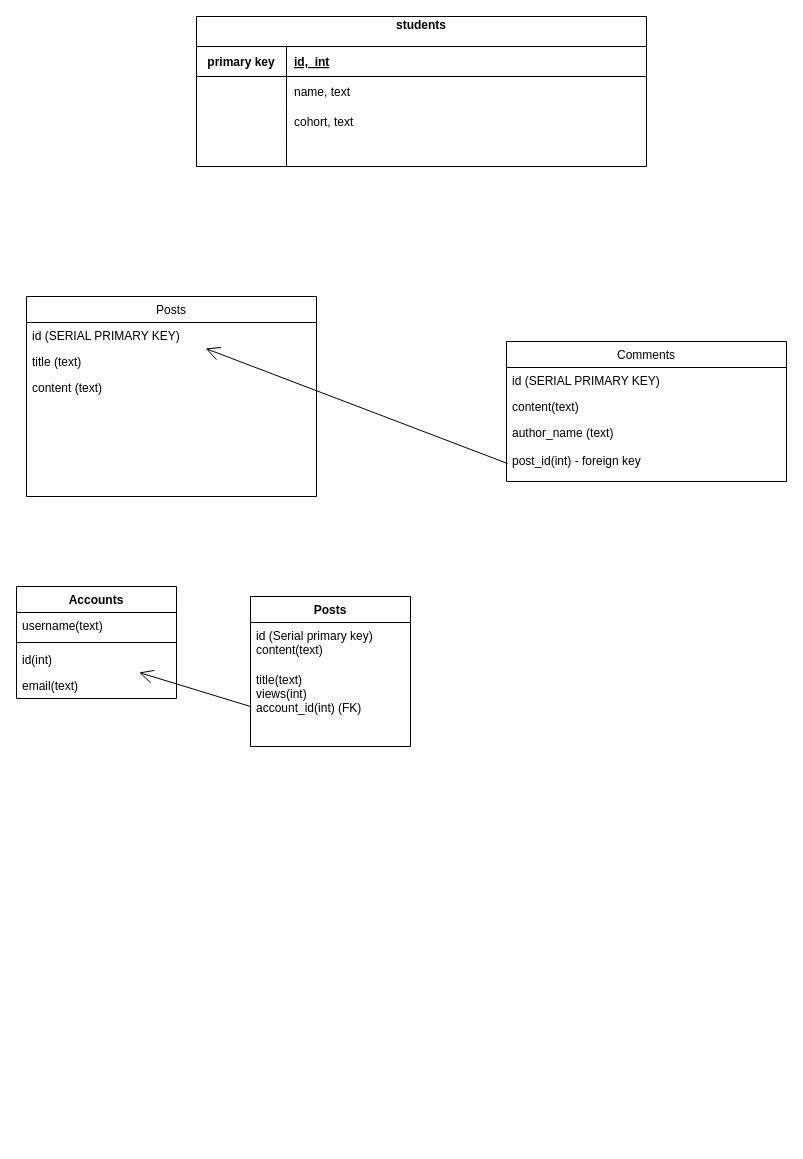
Earlier version of the draw.io diagram OneTableSchemaDesign.drawio (robin277t/week3). Source tidied: cells renumbered, new cells numbered last; positions are measured from the earlier drawing's top-left corner, leaving out a move shared by most shapes. Both pictures are drawn from the tidied source at 100%, with x=0, y=0 at pixel (16, 16).
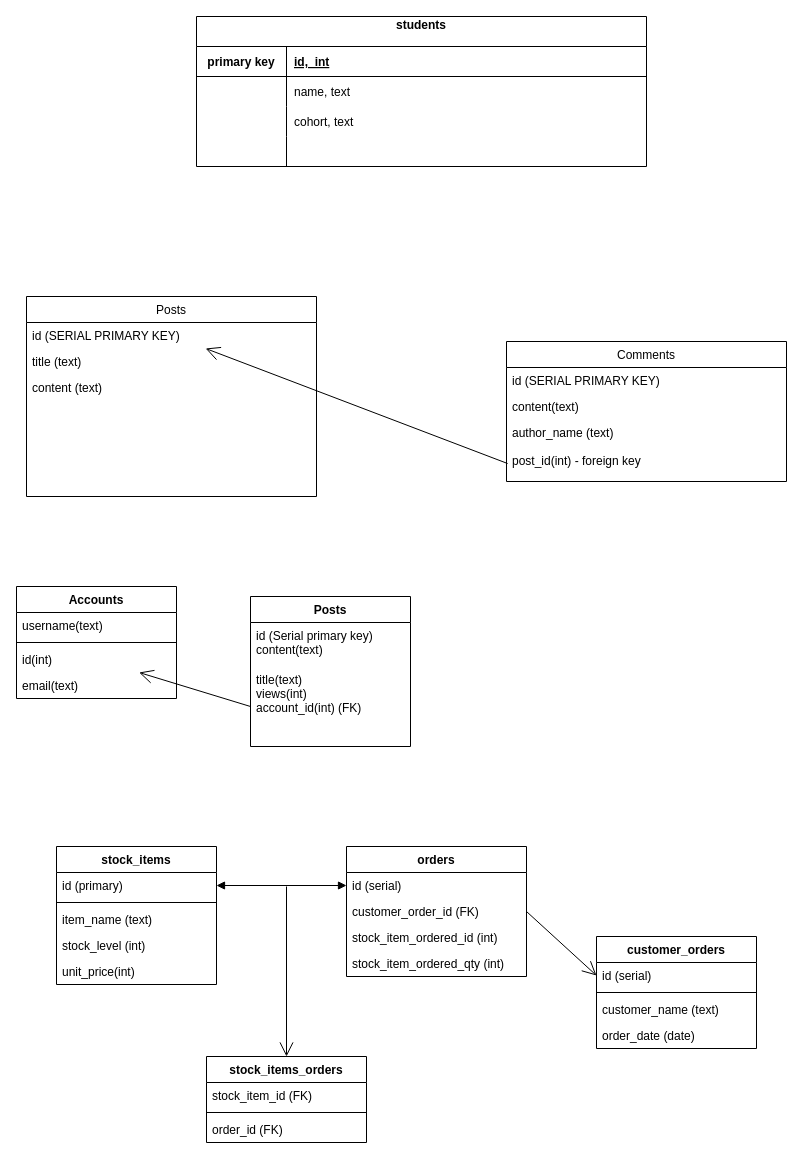
The same diagram, later.

Commit message:
nearly done with shop stock exercise

Change to the diagram source:
```diff
@@
+    <mxCell id="34" value="stock_items" style="swimlane;fontStyle=1;align=center;verticalAlign=top;horizontal=1;startSize=26;" parent="1" vertex="1">
+      <mxGeometry x="40" y="830" width="160" height="138" as="geometry" />
+    </mxCell>
+    <mxCell id="35" value="id (primary)" style="text;strokeColor=none;fillColor=none;align=left;verticalAlign=top;spacingLeft=4;spacingRight=4;overflow=hidden;points=[[0,0.5],[1,0.5]];portConstraint=eastwest;" parent="34" vertex="1">
+      <mxGeometry y="26" width="160" height="26" as="geometry" />
+    </mxCell>
+    <mxCell id="36" style="line;strokeWidth=1;fillColor=none;align=left;verticalAlign=middle;spacingTop=-1;spacingLeft=3;spacingRight=3;labelPosition=right;" parent="34" vertex="1">
+      <mxGeometry y="52" width="160" height="8" as="geometry" />
+    </mxCell>
+    <mxCell id="37" value="item_name (text)" style="text;strokeColor=none;fillColor=none;align=left;verticalAlign=top;spacingLeft=4;spacingRight=4;overflow=hidden;" parent="34" vertex="1">
+      <mxGeometry y="60" width="160" height="26" as="geometry" />
+    </mxCell>
+    <mxCell id="38" value="stock_level (int)" style="text;strokeColor=none;fillColor=none;align=left;verticalAlign=top;spacingLeft=4;spacingRight=4;overflow=hidden;" parent="34" vertex="1">
+      <mxGeometry y="86" width="160" height="26" as="geometry" />
+    </mxCell>
+    <mxCell id="39" value="unit_price(int)" style="text;strokeColor=none;fillColor=none;align=left;verticalAlign=top;spacingLeft=4;spacingRight=4;overflow=hidden;" parent="34" vertex="1">
+      <mxGeometry y="112" width="160" height="26" as="geometry" />
+    </mxCell>
+    <mxCell id="40" value="customer_orders" style="swimlane;fontStyle=1;align=center;verticalAlign=top;horizontal=1;startSize=26;" parent="1" vertex="1">
+      <mxGeometry x="580" y="920" width="160" height="112" as="geometry" />
+    </mxCell>
+    <mxCell id="41" value="id (serial)" style="text;strokeColor=none;fillColor=none;align=left;verticalAlign=top;spacingLeft=4;spacingRight=4;overflow=hidden;points=[[0,0.5],[1,0.5]];portConstraint=eastwest;" parent="40" vertex="1">
+      <mxGeometry y="26" width="160" height="26" as="geometry" />
+    </mxCell>
+    <mxCell id="42" style="line;strokeWidth=1;fillColor=none;align=left;verticalAlign=middle;spacingTop=-1;spacingLeft=3;spacingRight=3;labelPosition=right;" parent="40" vertex="1">
+      <mxGeometry y="52" width="160" height="8" as="geometry" />
+    </mxCell>
+    <mxCell id="43" value="customer_name (text)" style="text;strokeColor=none;fillColor=none;align=left;verticalAlign=top;spacingLeft=4;spacingRight=4;overflow=hidden;" parent="40" vertex="1">
+      <mxGeometry y="60" width="160" height="26" as="geometry" />
+    </mxCell>
+    <mxCell id="44" value="order_date (date)" style="text;strokeColor=none;fillColor=none;align=left;verticalAlign=top;spacingLeft=4;spacingRight=4;overflow=hidden;" parent="40" vertex="1">
+      <mxGeometry y="86" width="160" height="26" as="geometry" />
+    </mxCell>
+    <mxCell id="45" value="stock_items_orders&#10;" style="swimlane;fontStyle=1;align=center;verticalAlign=top;horizontal=1;startSize=26;" parent="1" vertex="1">
+      <mxGeometry x="190" y="1040" width="160" height="86" as="geometry" />
+    </mxCell>
+    <mxCell id="46" value="stock_item_id (FK)" style="text;strokeColor=none;fillColor=none;align=left;verticalAlign=top;spacingLeft=4;spacingRight=4;overflow=hidden;" parent="45" vertex="1">
+      <mxGeometry y="26" width="160" height="26" as="geometry" />
+    </mxCell>
+    <mxCell id="47" style="line;strokeWidth=1;fillColor=none;align=left;verticalAlign=middle;spacingTop=-1;spacingLeft=3;spacingRight=3;labelPosition=right;" parent="45" vertex="1">
+      <mxGeometry y="52" width="160" height="8" as="geometry" />
+    </mxCell>
+    <mxCell id="48" value="order_id (FK)" style="text;strokeColor=none;fillColor=none;align=left;verticalAlign=top;spacingLeft=4;spacingRight=4;overflow=hidden;" parent="45" vertex="1">
+      <mxGeometry y="60" width="160" height="26" as="geometry" />
+    </mxCell>
+    <mxCell id="49" value="orders" style="swimlane;fontStyle=1;align=center;verticalAlign=top;horizontal=1;startSize=26;" parent="1" vertex="1">
+      <mxGeometry x="330" y="830" width="180" height="130" as="geometry" />
+    </mxCell>
+    <mxCell id="50" value="id (serial)" style="text;strokeColor=none;fillColor=none;align=left;verticalAlign=top;spacingLeft=4;spacingRight=4;overflow=hidden;points=[[0,0.5],[1,0.5]];portConstraint=eastwest;" parent="49" vertex="1">
+      <mxGeometry y="26" width="180" height="26" as="geometry" />
+    </mxCell>
+    <mxCell id="51" value="customer_order_id (FK)" style="text;strokeColor=none;fillColor=none;align=left;verticalAlign=top;spacingLeft=4;spacingRight=4;overflow=hidden;points=[[0,0.5],[1,0.5]];portConstraint=eastwest;" parent="49" vertex="1">
+      <mxGeometry y="52" width="180" height="26" as="geometry" />
+    </mxCell>
+    <mxCell id="52" value="stock_item_ordered_id (int)" style="text;strokeColor=none;fillColor=none;align=left;verticalAlign=top;spacingLeft=4;spacingRight=4;overflow=hidden;" parent="49" vertex="1">
+      <mxGeometry y="78" width="180" height="26" as="geometry" />
+    </mxCell>
+    <mxCell id="53" value="stock_item_ordered_qty (int)" style="text;strokeColor=none;fillColor=none;align=left;verticalAlign=top;spacingLeft=4;spacingRight=4;overflow=hidden;" parent="49" vertex="1">
+      <mxGeometry y="104" width="180" height="26" as="geometry" />
+    </mxCell>
+    <mxCell id="54" style="endArrow=open;endFill=1;endSize=12;html=1;exitX=1;exitY=0.5;exitDx=0;exitDy=0;entryX=0;entryY=0.5;entryDx=0;entryDy=0;" parent="1" edge="1" source="51" target="41">
+      <mxGeometry relative="1" as="geometry" />
+    </mxCell>
+    <mxCell id="55" style="endArrow=block;startArrow=block;endFill=1;startFill=1;html=1;exitX=1;exitY=0.5;exitDx=0;exitDy=0;entryX=0;entryY=0.5;entryDx=0;entryDy=0;" parent="1" edge="1" source="35" target="50">
+      <mxGeometry relative="1" as="geometry" />
+    </mxCell>
+    <mxCell id="56" style="endArrow=open;endFill=1;endSize=12;html=1;entryX=0.5;entryY=0;entryDx=0;entryDy=0;" parent="1" edge="1" target="45">
+      <mxGeometry relative="1" as="geometry">
+        <mxPoint x="270" y="870" as="sourcePoint" />
+      </mxGeometry>
+    </mxCell>
```
